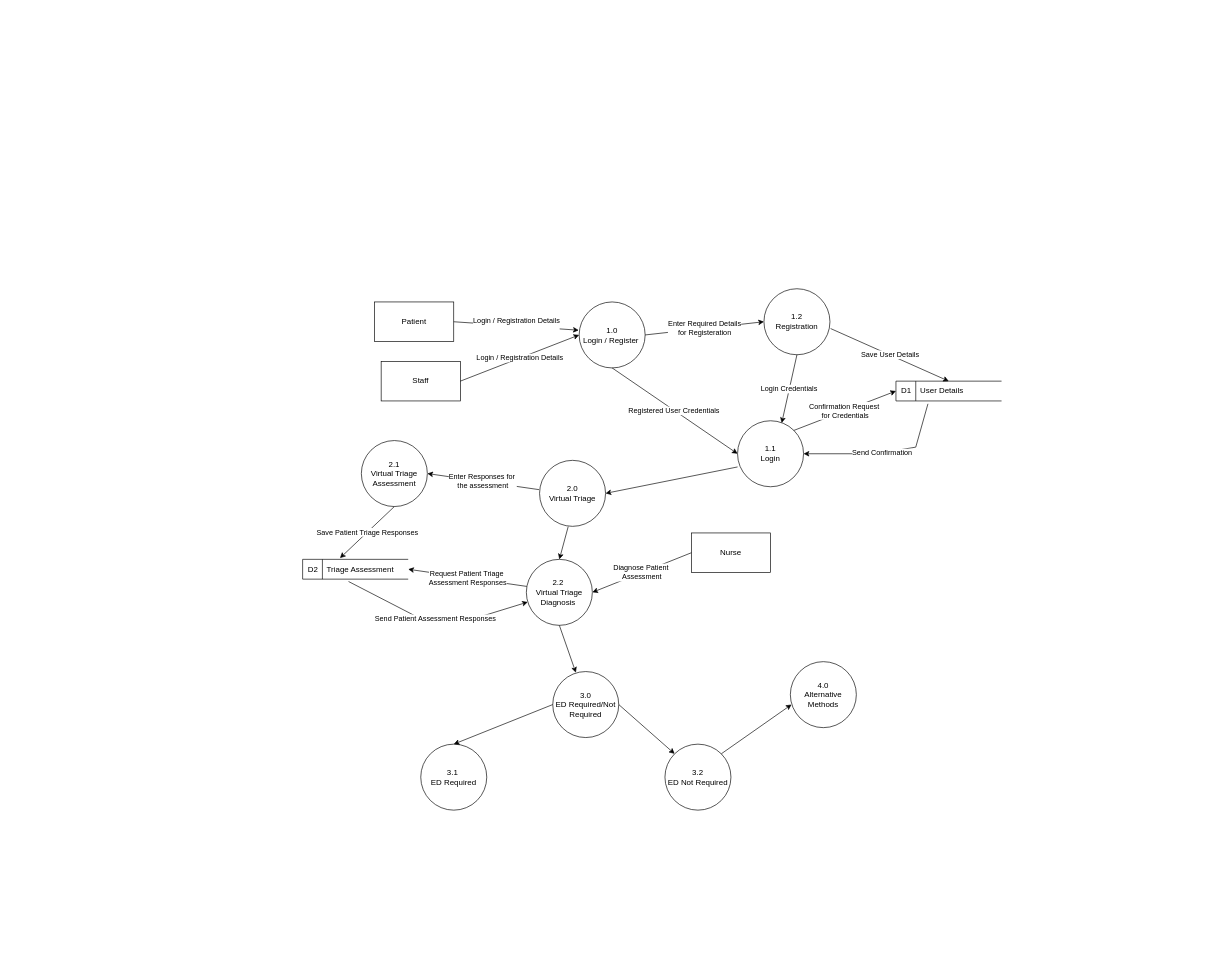
The draw.io diagram Project Milestone 2/Level1DFD.drawio in SENG-350-2024-fall/Team-6, before the edit. Source tidied: cells renumbered, new cells numbered last; positions are measured from the earlier drawing's top-left corner, leaving out a move shared by most shapes. Both pictures are drawn from the tidied source at 66%, with x=0, y=0 at pixel (302, 288).
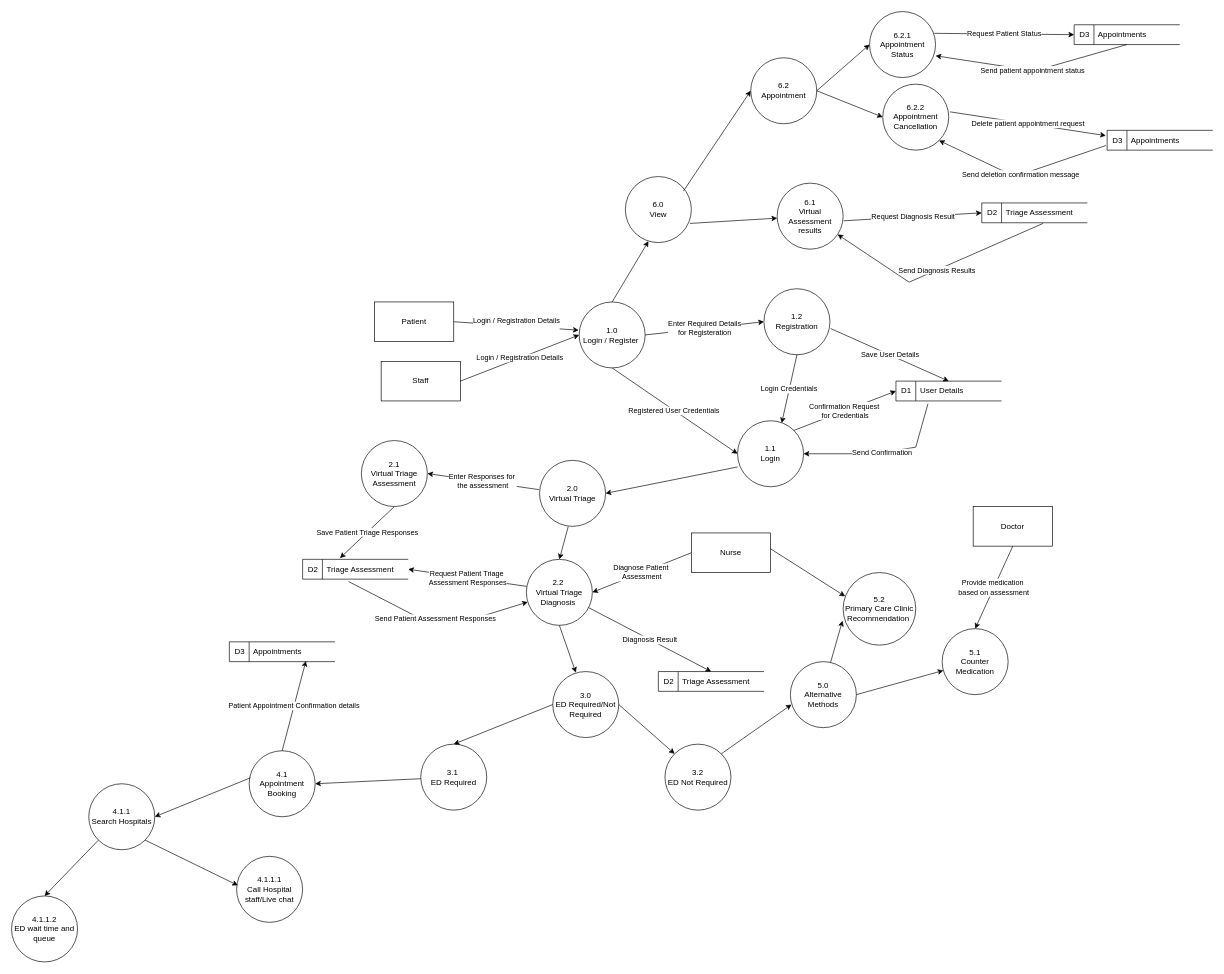
The same page after the edit.

Unchanged cells that the change refers to:
```xml
<mxCell id="3" value="&lt;div&gt;1.0&lt;/div&gt;Login / Register&amp;nbsp;" style="ellipse;whiteSpace=wrap;html=1;" parent="1" vertex="1">
  <mxGeometry x="419" y="20" width="100" height="100" as="geometry" />
</mxCell>
<mxCell id="22" value="2.2&amp;nbsp;&lt;div&gt;Virtual Triage Diagnosis&amp;nbsp;&lt;/div&gt;" style="ellipse;whiteSpace=wrap;html=1;" parent="1" vertex="1">
  <mxGeometry x="339" y="410" width="100" height="100" as="geometry" />
</mxCell>
<mxCell id="25" value="Nurse" style="rounded=0;whiteSpace=wrap;html=1;" parent="1" vertex="1">
  <mxGeometry x="589" y="370" width="120" height="60" as="geometry" />
</mxCell>
<mxCell id="29" value="3.1&amp;nbsp;&lt;div&gt;ED Required&lt;/div&gt;" style="ellipse;whiteSpace=wrap;html=1;" parent="1" vertex="1">
  <mxGeometry x="179" y="690" width="100" height="100" as="geometry" />
</mxCell>
```

Diff of the diagram source:
```diff
@@
-    <mxCell id="34" value="4.0&lt;div&gt;Alternative Methods&lt;/div&gt;" style="ellipse;whiteSpace=wrap;html=1;" parent="1" vertex="1">
+    <mxCell id="34" value="5.0&lt;div&gt;Alternative Methods&lt;/div&gt;" style="ellipse;whiteSpace=wrap;html=1;" parent="1" vertex="1">
       <mxGeometry x="739" y="565" width="100" height="100" as="geometry" />
     </mxCell>
@@
+    <mxCell id="36" value="5.1&lt;div&gt;Counter Medication&lt;/div&gt;" style="ellipse;whiteSpace=wrap;html=1;" parent="1" vertex="1">
+      <mxGeometry x="969" y="515" width="100" height="100" as="geometry" />
+    </mxCell>
+    <mxCell id="37" style="endArrow=classic;html=1;rounded=0;exitX=1;exitY=0.5;exitDx=0;exitDy=0;" parent="1" edge="1" source="34" target="36">
+      <mxGeometry relative="1" as="geometry" />
+    </mxCell>
+    <mxCell id="38" value="5.2&lt;div&gt;Primary Care Clinic Recommendation&amp;nbsp;&lt;/div&gt;" style="ellipse;whiteSpace=wrap;html=1;" parent="1" vertex="1">
+      <mxGeometry x="819" y="430" width="110" height="110" as="geometry" />
+    </mxCell>
+    <mxCell id="39" style="endArrow=classic;html=1;rounded=0;entryX=-0.009;entryY=0.664;entryDx=0;entryDy=0;entryPerimeter=0;exitX=0.61;exitY=0.01;exitDx=0;exitDy=0;exitPerimeter=0;" parent="1" edge="1" source="34" target="38">
+      <mxGeometry relative="1" as="geometry" />
+    </mxCell>
+    <mxCell id="40" value="Doctor" style="rounded=0;whiteSpace=wrap;html=1;" parent="1" vertex="1">
+      <mxGeometry x="1016" y="330" width="120" height="60" as="geometry" />
+    </mxCell>
+    <mxCell id="41" value="Provide medication&amp;nbsp;&lt;div&gt;based on assessment&lt;/div&gt;" style="endArrow=classic;html=1;rounded=0;entryX=0.5;entryY=0;entryDx=0;entryDy=0;exitX=0.5;exitY=1;exitDx=0;exitDy=0;" parent="1" edge="1" source="40" target="36">
+      <mxGeometry relative="1" as="geometry" />
+    </mxCell>
+    <mxCell id="42" value="6.0&lt;div&gt;View&lt;/div&gt;" style="ellipse;whiteSpace=wrap;html=1;" parent="1" vertex="1">
+      <mxGeometry x="489" y="-170" width="100" height="100" as="geometry" />
+    </mxCell>
+    <mxCell id="43" style="endArrow=classic;html=1;rounded=0;entryX=0.35;entryY=0.98;entryDx=0;entryDy=0;entryPerimeter=0;exitX=0.5;exitY=0;exitDx=0;exitDy=0;" parent="1" edge="1" source="3" target="42">
+      <mxGeometry relative="1" as="geometry" />
+    </mxCell>
+    <mxCell id="44" value="6.1&lt;div&gt;Virtual Assessment results&lt;/div&gt;" style="ellipse;whiteSpace=wrap;html=1;" parent="1" vertex="1">
+      <mxGeometry x="719" y="-160" width="100" height="100" as="geometry" />
+    </mxCell>
+    <mxCell id="45" style="endArrow=classic;html=1;rounded=0;exitX=0.98;exitY=0.71;exitDx=0;exitDy=0;exitPerimeter=0;" parent="1" edge="1" source="42" target="44">
+      <mxGeometry relative="1" as="geometry" />
+    </mxCell>
+    <mxCell id="46" style="endArrow=classic;html=1;rounded=0;exitX=0.88;exitY=0.22;exitDx=0;exitDy=0;exitPerimeter=0;entryX=0;entryY=0.5;entryDx=0;entryDy=0;" parent="1" edge="1" source="42" target="49">
+      <mxGeometry relative="1" as="geometry" />
+    </mxCell>
+    <mxCell id="47" style="endArrow=classic;html=1;rounded=0;entryX=1;entryY=0.5;entryDx=0;entryDy=0;" parent="1" edge="1" source="29" target="48">
+      <mxGeometry relative="1" as="geometry" />
+    </mxCell>
+    <mxCell id="48" value="4.1&lt;div&gt;Appointment Booking&lt;/div&gt;" style="ellipse;whiteSpace=wrap;html=1;" parent="1" vertex="1">
+      <mxGeometry x="-81" y="700" width="100" height="100" as="geometry" />
+    </mxCell>
+    <mxCell id="49" value="6.2&lt;div&gt;Appointment&lt;/div&gt;" style="ellipse;whiteSpace=wrap;html=1;" parent="1" vertex="1">
+      <mxGeometry x="679" y="-350" width="100" height="100" as="geometry" />
+    </mxCell>
+    <mxCell id="50" value="6.2.1&lt;div&gt;Appointment Status&lt;/div&gt;" style="ellipse;whiteSpace=wrap;html=1;" parent="1" vertex="1">
+      <mxGeometry x="859" y="-420" width="100" height="100" as="geometry" />
+    </mxCell>
+    <mxCell id="51" value="6.2.2&lt;div&gt;Appointment Cancellation&lt;/div&gt;" style="ellipse;whiteSpace=wrap;html=1;" parent="1" vertex="1">
+      <mxGeometry x="879" y="-310" width="100" height="100" as="geometry" />
+    </mxCell>
+    <mxCell id="52" style="endArrow=classic;html=1;rounded=0;entryX=0;entryY=0.5;entryDx=0;entryDy=0;exitX=1;exitY=0.5;exitDx=0;exitDy=0;" parent="1" edge="1" source="49" target="51">
+      <mxGeometry relative="1" as="geometry" />
+    </mxCell>
+    <mxCell id="53" style="endArrow=classic;html=1;rounded=0;entryX=0;entryY=0.5;entryDx=0;entryDy=0;exitX=1;exitY=0.5;exitDx=0;exitDy=0;" parent="1" edge="1" source="49" target="50">
+      <mxGeometry relative="1" as="geometry" />
+    </mxCell>
+    <mxCell id="54" value="&amp;nbsp;D2&amp;nbsp; &amp;nbsp; Triage Assessment" style="html=1;dashed=0;whiteSpace=wrap;shape=mxgraph.dfd.dataStoreID;align=left;spacingLeft=3;points=[[0,0],[0.5,0],[1,0],[0,0.5],[1,0.5],[0,1],[0.5,1],[1,1]];" parent="1" vertex="1">
+      <mxGeometry x="539" y="580" width="160" height="30" as="geometry" />
+    </mxCell>
+    <mxCell id="55" value="Diagnosis Result" style="endArrow=classic;html=1;rounded=0;entryX=0.5;entryY=0;entryDx=0;entryDy=0;" parent="1" edge="1" source="22" target="54">
+      <mxGeometry relative="1" as="geometry" />
+    </mxCell>
+    <mxCell id="56" value="&amp;nbsp;D2&amp;nbsp; &amp;nbsp; Triage Assessment" style="html=1;dashed=0;whiteSpace=wrap;shape=mxgraph.dfd.dataStoreID;align=left;spacingLeft=3;points=[[0,0],[0.5,0],[1,0],[0,0.5],[1,0.5],[0,1],[0.5,1],[1,1]];" parent="1" vertex="1">
+      <mxGeometry x="1029" y="-130" width="160" height="30" as="geometry" />
+    </mxCell>
+    <mxCell id="57" value="Request Diagnosis Result" style="endArrow=classic;html=1;rounded=0;entryX=0;entryY=0.5;entryDx=0;entryDy=0;exitX=1.01;exitY=0.57;exitDx=0;exitDy=0;exitPerimeter=0;" parent="1" edge="1" source="44" target="56">
+      <mxGeometry relative="1" as="geometry" />
+    </mxCell>
+    <mxCell id="58" value="Send Diagnosis Results" style="endArrow=classic;html=1;rounded=0;exitX=0.581;exitY=1.033;exitDx=0;exitDy=0;exitPerimeter=0;" parent="1" edge="1" source="56" target="44">
+      <mxGeometry relative="1" as="geometry">
+        <Array as="points">
+          <mxPoint x="919" y="-10" />
+        </Array>
+      </mxGeometry>
+    </mxCell>
+    <mxCell id="59" value="&amp;nbsp;D3&amp;nbsp; &amp;nbsp; Appointments" style="html=1;dashed=0;whiteSpace=wrap;shape=mxgraph.dfd.dataStoreID;align=left;spacingLeft=3;points=[[0,0],[0.5,0],[1,0],[0,0.5],[1,0.5],[0,1],[0.5,1],[1,1]];" parent="1" vertex="1">
+      <mxGeometry x="-111" y="535" width="160" height="30" as="geometry" />
+    </mxCell>
+    <mxCell id="60" value="Patient Appointment Confirmation details" style="endArrow=classic;html=1;rounded=0;entryX=0.725;entryY=0.967;entryDx=0;entryDy=0;entryPerimeter=0;exitX=0.5;exitY=0;exitDx=0;exitDy=0;" parent="1" edge="1" source="48" target="59">
+      <mxGeometry relative="1" as="geometry" />
+    </mxCell>
+    <mxCell id="61" style="endArrow=classic;html=1;rounded=0;entryX=0.027;entryY=0.327;entryDx=0;entryDy=0;entryPerimeter=0;exitX=1;exitY=0.4;exitDx=0;exitDy=0;exitPerimeter=0;" parent="1" edge="1" source="25" target="38">
+      <mxGeometry relative="1" as="geometry" />
+    </mxCell>
+    <mxCell id="62" value="&amp;nbsp;D3&amp;nbsp; &amp;nbsp; Appointments" style="html=1;dashed=0;whiteSpace=wrap;shape=mxgraph.dfd.dataStoreID;align=left;spacingLeft=3;points=[[0,0],[0.5,0],[1,0],[0,0.5],[1,0.5],[0,1],[0.5,1],[1,1]];" parent="1" vertex="1">
+      <mxGeometry x="1169" y="-400" width="160" height="30" as="geometry" />
+    </mxCell>
+    <mxCell id="63" value="&amp;nbsp;D3&amp;nbsp; &amp;nbsp; Appointments" style="html=1;dashed=0;whiteSpace=wrap;shape=mxgraph.dfd.dataStoreID;align=left;spacingLeft=3;points=[[0,0],[0.5,0],[1,0],[0,0.5],[1,0.5],[0,1],[0.5,1],[1,1]];" parent="1" vertex="1">
+      <mxGeometry x="1219" y="-240" width="160" height="30" as="geometry" />
+    </mxCell>
+    <mxCell id="64" value="Request Patient Status" style="endArrow=classic;html=1;rounded=0;entryX=0;entryY=0.5;entryDx=0;entryDy=0;exitX=0.98;exitY=0.33;exitDx=0;exitDy=0;exitPerimeter=0;" parent="1" edge="1" source="50" target="62">
+      <mxGeometry relative="1" as="geometry" />
+    </mxCell>
+    <mxCell id="65" value="Send patient appointment status" style="endArrow=classic;html=1;rounded=0;entryX=1;entryY=0.67;entryDx=0;entryDy=0;entryPerimeter=0;exitX=0.5;exitY=1;exitDx=0;exitDy=0;" parent="1" edge="1" source="62" target="50">
+      <mxGeometry relative="1" as="geometry">
+        <Array as="points">
+          <mxPoint x="1109" y="-330" />
+        </Array>
+      </mxGeometry>
+    </mxCell>
+    <mxCell id="66" value="Delete patient appointment request" style="endArrow=classic;html=1;rounded=0;entryX=-0.012;entryY=0.267;entryDx=0;entryDy=0;entryPerimeter=0;exitX=1.02;exitY=0.42;exitDx=0;exitDy=0;exitPerimeter=0;" parent="1" edge="1" source="51" target="63">
+      <mxGeometry relative="1" as="geometry" />
+    </mxCell>
+    <mxCell id="67" value="Send deletion confirmation message" style="endArrow=classic;html=1;rounded=0;entryX=1;entryY=1;entryDx=0;entryDy=0;exitX=-0.012;exitY=0.767;exitDx=0;exitDy=0;exitPerimeter=0;" parent="1" edge="1" source="63" target="51">
+      <mxGeometry relative="1" as="geometry">
+        <Array as="points">
+          <mxPoint x="1079" y="-170" />
+        </Array>
+      </mxGeometry>
+    </mxCell>
+    <mxCell id="68" style="endArrow=classic;html=1;rounded=0;entryX=1;entryY=0.5;entryDx=0;entryDy=0;exitX=0.02;exitY=0.41;exitDx=0;exitDy=0;exitPerimeter=0;" parent="1" edge="1" source="48" target="69">
+      <mxGeometry relative="1" as="geometry" />
+    </mxCell>
+    <mxCell id="69" value="4.1.1&lt;div&gt;Search Hospitals&lt;/div&gt;" style="ellipse;whiteSpace=wrap;html=1;" parent="1" vertex="1">
+      <mxGeometry x="-324" y="750" width="100" height="100" as="geometry" />
+    </mxCell>
+    <mxCell id="70" value="4.1.1.1&lt;div&gt;Call Hospital staff/Live chat&lt;/div&gt;" style="ellipse;whiteSpace=wrap;html=1;" parent="1" vertex="1">
+      <mxGeometry x="-100" y="860" width="100" height="100" as="geometry" />
+    </mxCell>
+    <mxCell id="71" style="endArrow=classic;html=1;rounded=0;entryX=0.02;entryY=0.44;entryDx=0;entryDy=0;entryPerimeter=0;exitX=1;exitY=1;exitDx=0;exitDy=0;" parent="1" edge="1" source="69" target="70">
+      <mxGeometry relative="1" as="geometry" />
+    </mxCell>
+    <mxCell id="72" value="4.1.1.2&lt;div&gt;ED wait time and queue&lt;/div&gt;" style="ellipse;whiteSpace=wrap;html=1;" parent="1" vertex="1">
+      <mxGeometry x="-441" y="920" width="100" height="100" as="geometry" />
+    </mxCell>
+    <mxCell id="73" style="endArrow=classic;html=1;rounded=0;entryX=0.5;entryY=0;entryDx=0;entryDy=0;exitX=0;exitY=1;exitDx=0;exitDy=0;" parent="1" edge="1" source="69" target="72">
+      <mxGeometry relative="1" as="geometry" />
+    </mxCell>
```
